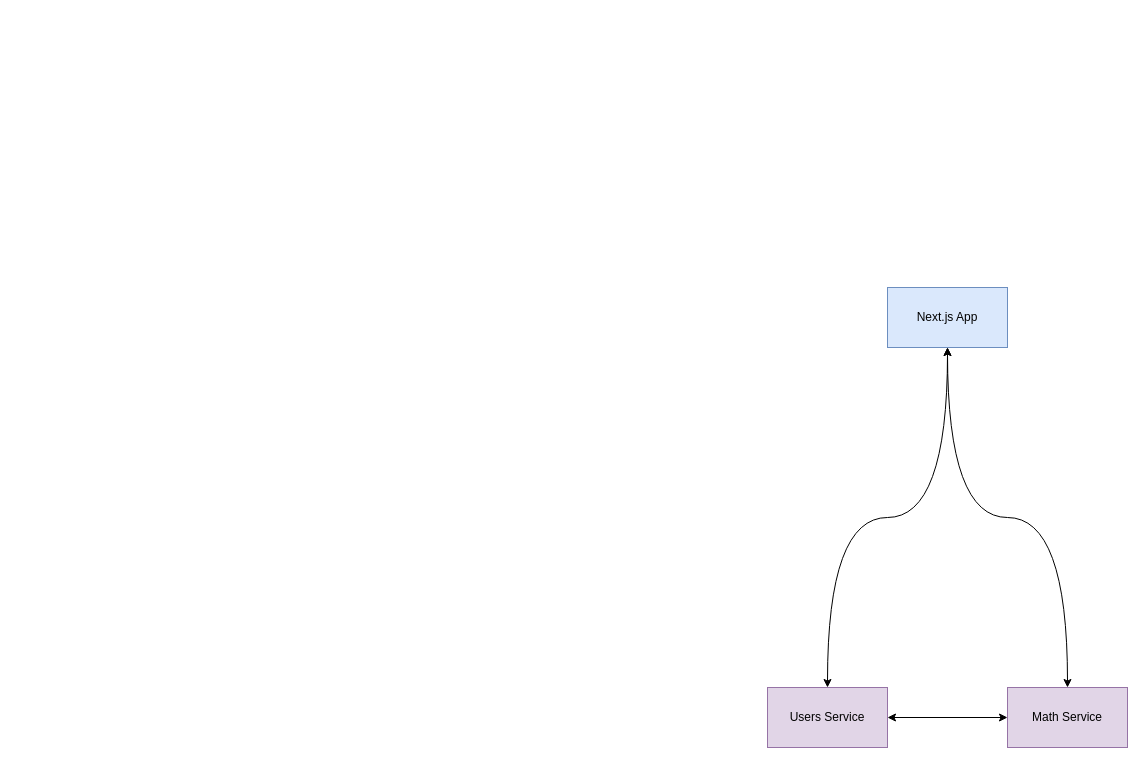
Before: docs/Architecture.drawio in ryanoillataguerre/nonprofits-medium, a draw.io diagram. Source tidied: cells renumbered, new cells numbered last; positions are measured from the earlier drawing's top-left corner, leaving out a move shared by most shapes. Both pictures are drawn from the tidied source at 100%, with x=0, y=0 at pixel (767, 287).
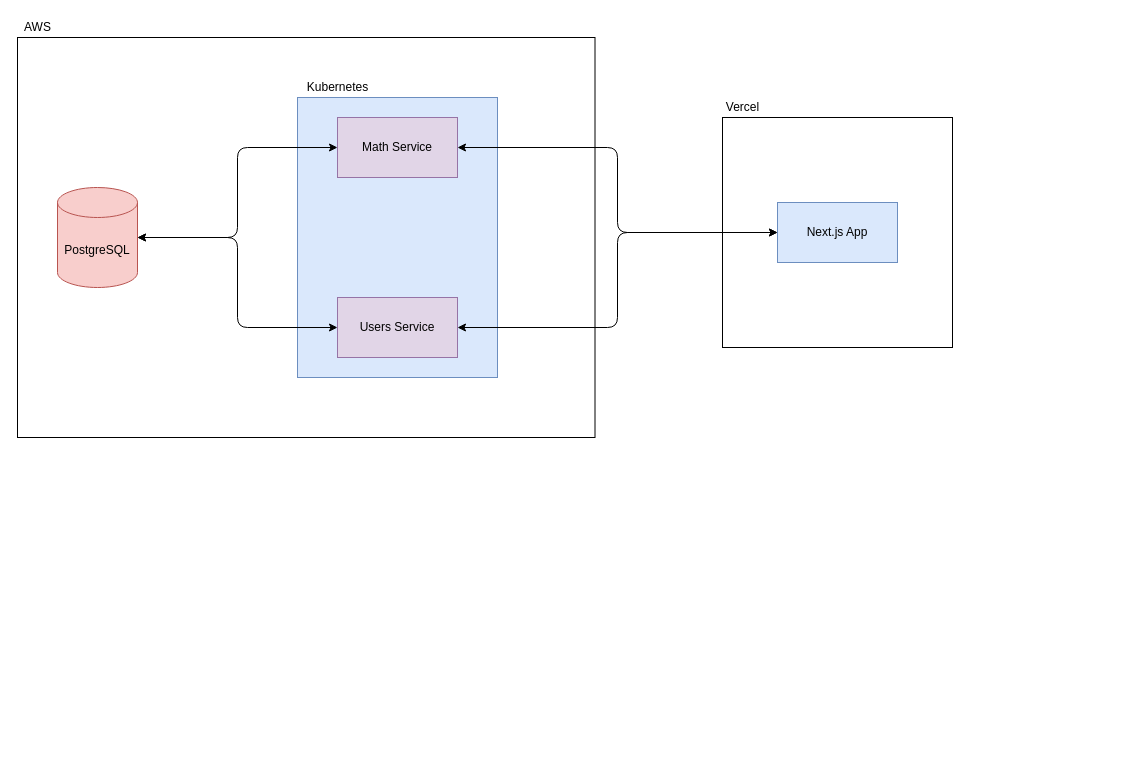
After the change.

Diff of the diagram source:
```diff
@@
 <mxGraphModel>
   <root>
     <mxCell id="0" />
     <mxCell id="1" parent="0" />
+    <mxCell id="8" style="rounded=0;whiteSpace=wrap;html=1;fillColor=none;" parent="1" vertex="1">
+      <mxGeometry x="-750" y="-250" width="577.5" height="400" as="geometry" />
+    </mxCell>
+    <mxCell id="9" style="rounded=0;whiteSpace=wrap;html=1;fillColor=#dae8fc;strokeColor=#6c8ebf;" parent="1" vertex="1">
+      <mxGeometry x="-470" y="-190" width="200" height="280" as="geometry" />
+    </mxCell>
+    <mxCell id="10" style="whiteSpace=wrap;html=1;fillColor=none;" parent="1" vertex="1">
+      <mxGeometry x="-45" y="-170" width="230" height="230" as="geometry" />
+    </mxCell>
     <mxCell id="2" value="Next.js App" style="rounded=0;whiteSpace=wrap;html=1;fillColor=#dae8fc;strokeColor=#6c8ebf;" parent="1" vertex="1">
-      <mxGeometry x="120" width="120" height="60" as="geometry" />
+      <mxGeometry x="10" y="-85" width="120" height="60" as="geometry" />
     </mxCell>
     <mxCell id="3" value="Users Service" style="rounded=0;whiteSpace=wrap;html=1;fillColor=#e1d5e7;strokeColor=#9673a6;" parent="1" vertex="1">
-      <mxGeometry y="400" width="120" height="60" as="geometry" />
+      <mxGeometry x="-430" y="10" width="120" height="60" as="geometry" />
     </mxCell>
     <mxCell id="4" value="Math Service" style="rounded=0;whiteSpace=wrap;html=1;fillColor=#e1d5e7;strokeColor=#9673a6;" parent="1" vertex="1">
-      <mxGeometry x="240" y="400" width="120" height="60" as="geometry" />
+      <mxGeometry x="-430" y="-170" width="120" height="60" as="geometry" />
     </mxCell>
-    <mxCell id="5" style="endArrow=classic;startArrow=classic;html=1;exitX=1;exitY=0.5;exitDx=0;exitDy=0;entryX=0;entryY=0.5;entryDx=0;entryDy=0;" parent="1" edge="1" source="3" target="4">
-      <mxGeometry relative="1" as="geometry" />
-    </mxCell>
-    <mxCell id="6" style="endArrow=classic;startArrow=classic;html=1;exitX=0.5;exitY=1;exitDx=0;exitDy=0;entryX=0.5;entryY=0;entryDx=0;entryDy=0;edgeStyle=orthogonalEdgeStyle;curved=1;" parent="1" edge="1" source="2" target="4">
-      <mxGeometry relative="1" as="geometry" />
-    </mxCell>
-    <mxCell id="7" style="endArrow=classic;startArrow=classic;html=1;exitX=0.5;exitY=1;exitDx=0;exitDy=0;entryX=0.5;entryY=0;entryDx=0;entryDy=0;edgeStyle=orthogonalEdgeStyle;curved=1;" parent="1" edge="1" source="2" target="3">
-      <mxGeometry relative="1" as="geometry" />
-    </mxCell>
+    <mxCell id="11" value="AWS" style="text;html=1;align=center;verticalAlign=middle;strokeColor=none;" parent="1" vertex="1">
+      <mxGeometry x="-750" y="-270" width="40" height="20" as="geometry" />
+    </mxCell>
+    <mxCell id="12" value="Vercel" style="text;html=1;align=center;verticalAlign=middle;strokeColor=none;" parent="1" vertex="1">
+      <mxGeometry x="-50" y="-190" width="50" height="20" as="geometry" />
+    </mxCell>
+    <mxCell id="13" style="endArrow=classic;startArrow=classic;html=1;entryX=0;entryY=0.5;entryDx=0;entryDy=0;exitX=1;exitY=0.5;exitDx=0;exitDy=0;edgeStyle=orthogonalEdgeStyle;" parent="1" edge="1" source="4" target="2">
+      <mxGeometry relative="1" as="geometry" />
+    </mxCell>
+    <mxCell id="14" style="endArrow=classic;startArrow=classic;html=1;entryX=0;entryY=0.5;entryDx=0;entryDy=0;exitX=1;exitY=0.5;exitDx=0;exitDy=0;edgeStyle=orthogonalEdgeStyle;" parent="1" edge="1" source="3" target="2">
+      <mxGeometry relative="1" as="geometry" />
+    </mxCell>
+    <mxCell id="15" value="PostgreSQL" style="shape=cylinder3;whiteSpace=wrap;html=1;boundedLbl=1;backgroundOutline=1;size=15;fillColor=#f8cecc;strokeColor=#b85450;" parent="1" vertex="1">
+      <mxGeometry x="-710" y="-100" width="80" height="100" as="geometry" />
+    </mxCell>
+    <mxCell id="16" style="endArrow=classic;startArrow=classic;html=1;exitX=1;exitY=0.5;exitDx=0;exitDy=0;edgeStyle=orthogonalEdgeStyle;exitPerimeter=0;entryX=0;entryY=0.5;entryDx=0;entryDy=0;" parent="1" edge="1" source="15" target="4">
+      <mxGeometry relative="1" as="geometry" />
+    </mxCell>
+    <mxCell id="17" style="endArrow=classic;startArrow=classic;html=1;exitX=1;exitY=0.5;exitDx=0;exitDy=0;edgeStyle=orthogonalEdgeStyle;exitPerimeter=0;entryX=0;entryY=0.5;entryDx=0;entryDy=0;" parent="1" edge="1" source="15" target="3">
+      <mxGeometry relative="1" as="geometry" />
+    </mxCell>
+    <mxCell id="18" value="Kubernetes" style="text;html=1;align=center;verticalAlign=middle;strokeColor=none;" parent="1" vertex="1">
+      <mxGeometry x="-470" y="-210" width="80" height="20" as="geometry" />
+    </mxCell>
   </root>
 </mxGraphModel>
```
